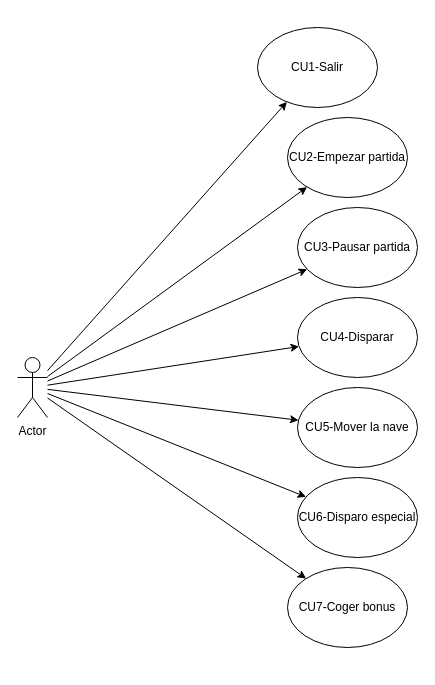
josebailon/space_attack keeps this draw.io diagram as documentos/Casos de uso.drawio. Above is the earlier version. Source tidied: cells renumbered, new cells numbered last; positions are measured from the earlier drawing's top-left corner, leaving out a move shared by most shapes. Both pictures are drawn from the tidied source at 100%, with x=0, y=0 at pixel (17, 27).
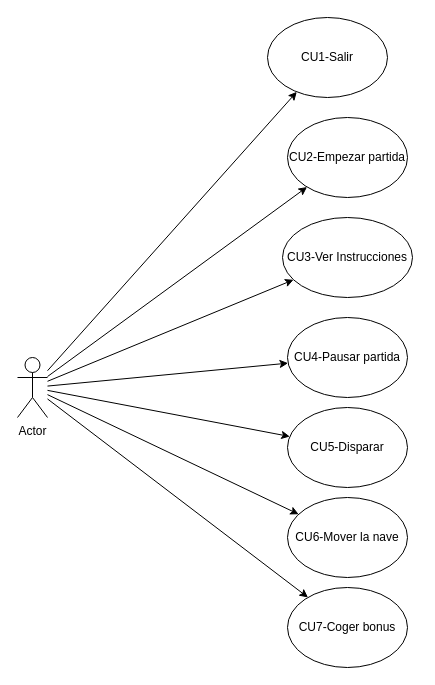
After the change.

The edit, as a diff of the source:
```diff
@@
 <mxGraphModel>
   <root>
     <mxCell id="0" />
     <mxCell id="1" parent="0" />
     <mxCell id="2" style="edgeStyle=none;rounded=0;jettySize=auto;html=1;" parent="1" edge="1" source="9" target="10">
       <mxGeometry relative="1" as="geometry" />
     </mxCell>
     <mxCell id="3" style="edgeStyle=none;rounded=0;jettySize=auto;html=1;" parent="1" edge="1" source="9" target="11">
       <mxGeometry relative="1" as="geometry" />
     </mxCell>
     <mxCell id="4" style="edgeStyle=none;rounded=0;jettySize=auto;html=1;" parent="1" edge="1" source="9" target="12">
       <mxGeometry relative="1" as="geometry" />
     </mxCell>
     <mxCell id="5" style="edgeStyle=none;rounded=0;jettySize=auto;html=1;" parent="1" edge="1" source="9" target="13">
       <mxGeometry relative="1" as="geometry" />
     </mxCell>
     <mxCell id="6" style="edgeStyle=none;rounded=0;jettySize=auto;html=1;" parent="1" edge="1" source="9" target="14">
       <mxGeometry relative="1" as="geometry" />
     </mxCell>
     <mxCell id="7" style="edgeStyle=none;rounded=0;jettySize=auto;html=1;" parent="1" edge="1" source="9" target="15">
       <mxGeometry relative="1" as="geometry" />
     </mxCell>
     <mxCell id="8" style="edgeStyle=none;rounded=0;jettySize=auto;html=1;" parent="1" edge="1" source="9" target="16">
       <mxGeometry relative="1" as="geometry" />
     </mxCell>
     <mxCell id="9" value="Actor" style="shape=umlActor;verticalLabelPosition=bottom;verticalAlign=top;html=1;outlineConnect=0;" parent="1" vertex="1">
       <mxGeometry y="330" width="30" height="60" as="geometry" />
     </mxCell>
     <mxCell id="10" value="CU2-Empezar partida" style="ellipse;whiteSpace=wrap;html=1;" parent="1" vertex="1">
       <mxGeometry x="270" y="90" width="120" height="80" as="geometry" />
     </mxCell>
     <mxCell id="11" value="CU1-Salir" style="ellipse;whiteSpace=wrap;html=1;" parent="1" vertex="1">
-      <mxGeometry x="240" width="120" height="80" as="geometry" />
+      <mxGeometry x="250" y="-10" width="120" height="80" as="geometry" />
     </mxCell>
-    <mxCell id="12" value="CU3-Pausar partida" style="ellipse;whiteSpace=wrap;html=1;" parent="1" vertex="1">
-      <mxGeometry x="280" y="180" width="120" height="80" as="geometry" />
+    <mxCell id="12" value="CU4-Pausar partida" style="ellipse;whiteSpace=wrap;html=1;" parent="1" vertex="1">
+      <mxGeometry x="270" y="290" width="120" height="80" as="geometry" />
     </mxCell>
-    <mxCell id="13" value="CU4-Disparar" style="ellipse;whiteSpace=wrap;html=1;" parent="1" vertex="1">
-      <mxGeometry x="280" y="270" width="120" height="80" as="geometry" />
+    <mxCell id="13" value="CU5-Disparar" style="ellipse;whiteSpace=wrap;html=1;" parent="1" vertex="1">
+      <mxGeometry x="270" y="380" width="120" height="80" as="geometry" />
     </mxCell>
-    <mxCell id="14" value="CU5-Mover la nave" style="ellipse;whiteSpace=wrap;html=1;" parent="1" vertex="1">
-      <mxGeometry x="280" y="360" width="120" height="80" as="geometry" />
+    <mxCell id="14" value="CU6-Mover la nave" style="ellipse;whiteSpace=wrap;html=1;" parent="1" vertex="1">
+      <mxGeometry x="270" y="470" width="120" height="80" as="geometry" />
     </mxCell>
-    <mxCell id="15" value="CU6-Disparo especial" style="ellipse;whiteSpace=wrap;html=1;" parent="1" vertex="1">
-      <mxGeometry x="280" y="450" width="120" height="80" as="geometry" />
+    <mxCell id="15" value="CU3-Ver Instrucciones" style="ellipse;whiteSpace=wrap;html=1;" parent="1" vertex="1">
+      <mxGeometry x="265" y="190" width="130" height="80" as="geometry" />
     </mxCell>
     <mxCell id="16" value="CU7-Coger bonus" style="ellipse;whiteSpace=wrap;html=1;" parent="1" vertex="1">
-      <mxGeometry x="270" y="540" width="120" height="80" as="geometry" />
+      <mxGeometry x="270" y="560" width="120" height="80" as="geometry" />
     </mxCell>
   </root>
 </mxGraphModel>
```
